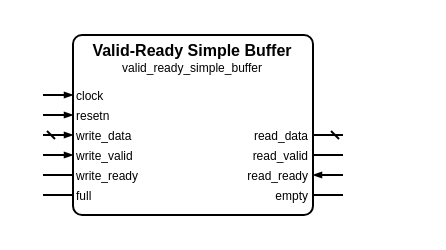
Louis-DR/OmniCores-BuildingBlocks keeps this draw.io diagram as sources/data/valid_ready/simple_buffer/valid_ready_simple_buffer.symbol.drawio. Above is the earlier version. Source tidied: cells renumbered, new cells numbered last; positions are measured from the earlier drawing's top-left corner, leaving out a move shared by most shapes. Both pictures are drawn from the tidied source at 200%, with x=0, y=0 at pixel (42, 34).
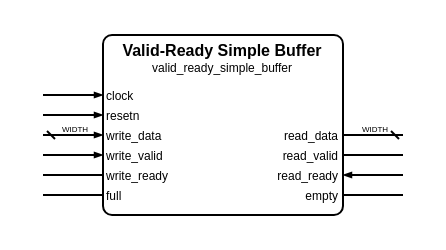
The same diagram, later.

Change to the diagram source:
```diff
@@
     <mxCell id="2" style="group;" parent="1" vertex="1">
-      <mxGeometry width="150" height="90" as="geometry" />
+      <mxGeometry width="180" height="90" as="geometry" />
     </mxCell>
     <mxCell id="3" style="rounded=1;arcSize=5;fillColor=none;strokeWidth=1;strokeColor=black;whiteSpace=wrap;html=1;" parent="2" vertex="1">
-      <mxGeometry x="15" width="120" height="90" as="geometry" />
+      <mxGeometry x="30" width="120" height="90" as="geometry" />
     </mxCell>
     <mxCell id="4" value="Valid-Ready Simple Buffer" style="text;html=1;align=center;verticalAlign=middle;whiteSpace=wrap;rounded=0;fontSize=8;fontStyle=1;fontColor=black;" parent="2" vertex="1">
-      <mxGeometry x="15" y="7" width="120" as="geometry" />
+      <mxGeometry x="30" y="7" width="120" as="geometry" />
     </mxCell>
     <mxCell id="5" value="valid_ready_simple_buffer" style="text;html=1;align=center;verticalAlign=middle;whiteSpace=wrap;rounded=0;fontSize=6;fontStyle=0;fontColor=black;" parent="2" vertex="1">
-      <mxGeometry x="15" y="16" width="120" as="geometry" />
+      <mxGeometry x="30" y="16" width="120" as="geometry" />
     </mxCell>
     <mxCell id="6" value="clock" style="text;html=1;align=left;verticalAlign=middle;whiteSpace=wrap;rounded=0;fontSize=6;fontStyle=0;fontColor=black;" parent="2" vertex="1">
-      <mxGeometry x="15" y="30" width="120" as="geometry" />
+      <mxGeometry x="30" y="30" width="120" as="geometry" />
     </mxCell>
     <mxCell id="7" style="html=1;rounded=1;strokeWidth=1;strokeColor=black;startFill=0;startSize=2;startArrow=none;endFill=1;endSize=2;endArrow=blockThin;sourcePerimeterSpacing=0;" parent="2" edge="1">
       <mxGeometry relative="1" as="geometry">
         <mxPoint y="30" as="sourcePoint" />
-        <mxPoint x="15" y="30" as="targetPoint" />
+        <mxPoint x="30" y="30" as="targetPoint" />
       </mxGeometry>
     </mxCell>
     <mxCell id="8" value="resetn" style="text;html=1;align=left;verticalAlign=middle;whiteSpace=wrap;rounded=0;fontSize=6;fontStyle=0;fontColor=black;" parent="2" vertex="1">
-      <mxGeometry x="15" y="40" width="120" as="geometry" />
+      <mxGeometry x="30" y="40" width="120" as="geometry" />
     </mxCell>
     <mxCell id="9" style="html=1;rounded=1;strokeWidth=1;strokeColor=black;startFill=0;startSize=2;startArrow=none;endFill=1;endSize=2;endArrow=blockThin;sourcePerimeterSpacing=0;" parent="2" edge="1">
       <mxGeometry relative="1" as="geometry">
         <mxPoint y="40" as="sourcePoint" />
-        <mxPoint x="15" y="40" as="targetPoint" />
+        <mxPoint x="30" y="40" as="targetPoint" />
       </mxGeometry>
     </mxCell>
     <mxCell id="10" value="write_data" style="text;html=1;align=left;verticalAlign=middle;whiteSpace=wrap;rounded=0;fontSize=6;fontStyle=0;fontColor=black;" parent="2" vertex="1">
-      <mxGeometry x="15" y="50" width="120" as="geometry" />
+      <mxGeometry x="30" y="50" width="120" as="geometry" />
     </mxCell>
     <mxCell id="11" style="html=1;rounded=1;strokeWidth=1;strokeColor=black;startFill=0;startSize=2;startArrow=dash;endFill=1;endSize=2;endArrow=blockThin;sourcePerimeterSpacing=0;" parent="2" edge="1">
       <mxGeometry relative="1" as="geometry">
         <mxPoint y="50" as="sourcePoint" />
-        <mxPoint x="15" y="50" as="targetPoint" />
+        <mxPoint x="30" y="50" as="targetPoint" />
       </mxGeometry>
     </mxCell>
+    <mxCell id="26" value="WIDTH" style="text;html=1;align=center;verticalAlign=middle;whiteSpace=nowrap;rounded=0;fontSize=4;fontStyle=0;fontColor=black;" parent="2" vertex="1">
+      <mxGeometry x="15" y="47" as="geometry" />
+    </mxCell>
     <mxCell id="12" value="read_data" style="text;html=1;align=right;verticalAlign=middle;whiteSpace=wrap;rounded=0;fontSize=6;fontStyle=0;fontColor=black;" parent="2" vertex="1">
-      <mxGeometry x="15" y="50" width="120" as="geometry" />
+      <mxGeometry x="30" y="50" width="120" as="geometry" />
     </mxCell>
     <mxCell id="13" style="html=1;rounded=1;strokeWidth=1;strokeColor=black;startFill=0;startSize=2;startArrow=dash;endFill=1;endSize=2;endArrow=none;sourcePerimeterSpacing=0;" parent="2" edge="1">
       <mxGeometry relative="1" as="geometry">
-        <mxPoint x="150" y="50" as="sourcePoint" />
-        <mxPoint x="135" y="50" as="targetPoint" />
+        <mxPoint x="180" y="50" as="sourcePoint" />
+        <mxPoint x="150" y="50" as="targetPoint" />
       </mxGeometry>
     </mxCell>
+    <mxCell id="27" value="WIDTH" style="text;html=1;align=center;verticalAlign=middle;whiteSpace=nowrap;rounded=0;fontSize=4;fontStyle=0;fontColor=black;" parent="2" vertex="1">
+      <mxGeometry x="165" y="47" as="geometry" />
+    </mxCell>
     <mxCell id="14" value="write_valid" style="text;html=1;align=left;verticalAlign=middle;whiteSpace=wrap;rounded=0;fontSize=6;fontStyle=0;fontColor=black;" parent="2" vertex="1">
-      <mxGeometry x="15" y="60" width="120" as="geometry" />
+      <mxGeometry x="30" y="60" width="120" as="geometry" />
     </mxCell>
     <mxCell id="15" style="html=1;rounded=1;strokeWidth=1;strokeColor=black;startFill=0;startSize=2;startArrow=none;endFill=1;endSize=2;endArrow=blockThin;sourcePerimeterSpacing=0;" parent="2" edge="1">
       <mxGeometry relative="1" as="geometry">
         <mxPoint y="60" as="sourcePoint" />
-        <mxPoint x="15" y="60" as="targetPoint" />
+        <mxPoint x="30" y="60" as="targetPoint" />
       </mxGeometry>
     </mxCell>
     <mxCell id="16" value="read_valid" style="text;html=1;align=right;verticalAlign=middle;whiteSpace=wrap;rounded=0;fontSize=6;fontStyle=0;fontColor=black;" parent="2" vertex="1">
-      <mxGeometry x="15" y="60" width="120" as="geometry" />
+      <mxGeometry x="30" y="60" width="120" as="geometry" />
     </mxCell>
     <mxCell id="17" style="html=1;rounded=1;strokeWidth=1;strokeColor=black;startFill=0;startSize=2;startArrow=none;endFill=1;endSize=2;endArrow=none;sourcePerimeterSpacing=0;" parent="2" edge="1">
       <mxGeometry relative="1" as="geometry">
-        <mxPoint x="150" y="60" as="sourcePoint" />
-        <mxPoint x="135" y="60" as="targetPoint" />
+        <mxPoint x="180" y="60" as="sourcePoint" />
+        <mxPoint x="150" y="60" as="targetPoint" />
       </mxGeometry>
     </mxCell>
     <mxCell id="18" value="write_ready" style="text;html=1;align=left;verticalAlign=middle;whiteSpace=wrap;rounded=0;fontSize=6;fontStyle=0;fontColor=black;" parent="2" vertex="1">
-      <mxGeometry x="15" y="70" width="120" as="geometry" />
+      <mxGeometry x="30" y="70" width="120" as="geometry" />
     </mxCell>
     <mxCell id="19" style="html=1;rounded=1;strokeWidth=1;strokeColor=black;startFill=0;startSize=2;startArrow=none;endFill=1;endSize=2;endArrow=none;sourcePerimeterSpacing=0;" parent="2" edge="1">
       <mxGeometry relative="1" as="geometry">
         <mxPoint y="70" as="sourcePoint" />
-        <mxPoint x="15" y="70" as="targetPoint" />
+        <mxPoint x="30" y="70" as="targetPoint" />
       </mxGeometry>
     </mxCell>
     <mxCell id="20" value="read_ready" style="text;html=1;align=right;verticalAlign=middle;whiteSpace=wrap;rounded=0;fontSize=6;fontStyle=0;fontColor=black;" parent="2" vertex="1">
-      <mxGeometry x="15" y="70" width="120" as="geometry" />
+      <mxGeometry x="30" y="70" width="120" as="geometry" />
     </mxCell>
     <mxCell id="21" style="html=1;rounded=1;strokeWidth=1;strokeColor=black;startFill=0;startSize=2;startArrow=none;endFill=1;endSize=2;endArrow=blockThin;sourcePerimeterSpacing=0;" parent="2" edge="1">
       <mxGeometry relative="1" as="geometry">
-        <mxPoint x="150" y="70" as="sourcePoint" />
-        <mxPoint x="135" y="70" as="targetPoint" />
+        <mxPoint x="180" y="70" as="sourcePoint" />
+        <mxPoint x="150" y="70" as="targetPoint" />
       </mxGeometry>
     </mxCell>
     <mxCell id="22" value="full" style="text;html=1;align=left;verticalAlign=middle;whiteSpace=wrap;rounded=0;fontSize=6;fontStyle=0;fontColor=black;" parent="2" vertex="1">
-      <mxGeometry x="15" y="80" width="120" as="geometry" />
+      <mxGeometry x="30" y="80" width="120" as="geometry" />
     </mxCell>
     <mxCell id="23" style="html=1;rounded=1;strokeWidth=1;strokeColor=black;startFill=0;startSize=2;startArrow=none;endFill=1;endSize=2;endArrow=none;sourcePerimeterSpacing=0;" parent="2" edge="1">
       <mxGeometry relative="1" as="geometry">
         <mxPoint y="80" as="sourcePoint" />
-        <mxPoint x="15" y="80" as="targetPoint" />
+        <mxPoint x="30" y="80" as="targetPoint" />
       </mxGeometry>
     </mxCell>
     <mxCell id="24" value="empty" style="text;html=1;align=right;verticalAlign=middle;whiteSpace=wrap;rounded=0;fontSize=6;fontStyle=0;fontColor=black;" parent="2" vertex="1">
-      <mxGeometry x="15" y="80" width="120" as="geometry" />
+      <mxGeometry x="30" y="80" width="120" as="geometry" />
     </mxCell>
     <mxCell id="25" style="html=1;rounded=1;strokeWidth=1;strokeColor=black;startFill=0;startSize=2;startArrow=none;endFill=1;endSize=2;endArrow=none;sourcePerimeterSpacing=0;" parent="2" edge="1">
       <mxGeometry relative="1" as="geometry">
-        <mxPoint x="150" y="80" as="sourcePoint" />
-        <mxPoint x="135" y="80" as="targetPoint" />
+        <mxPoint x="180" y="80" as="sourcePoint" />
+        <mxPoint x="150" y="80" as="targetPoint" />
       </mxGeometry>
     </mxCell>
```
